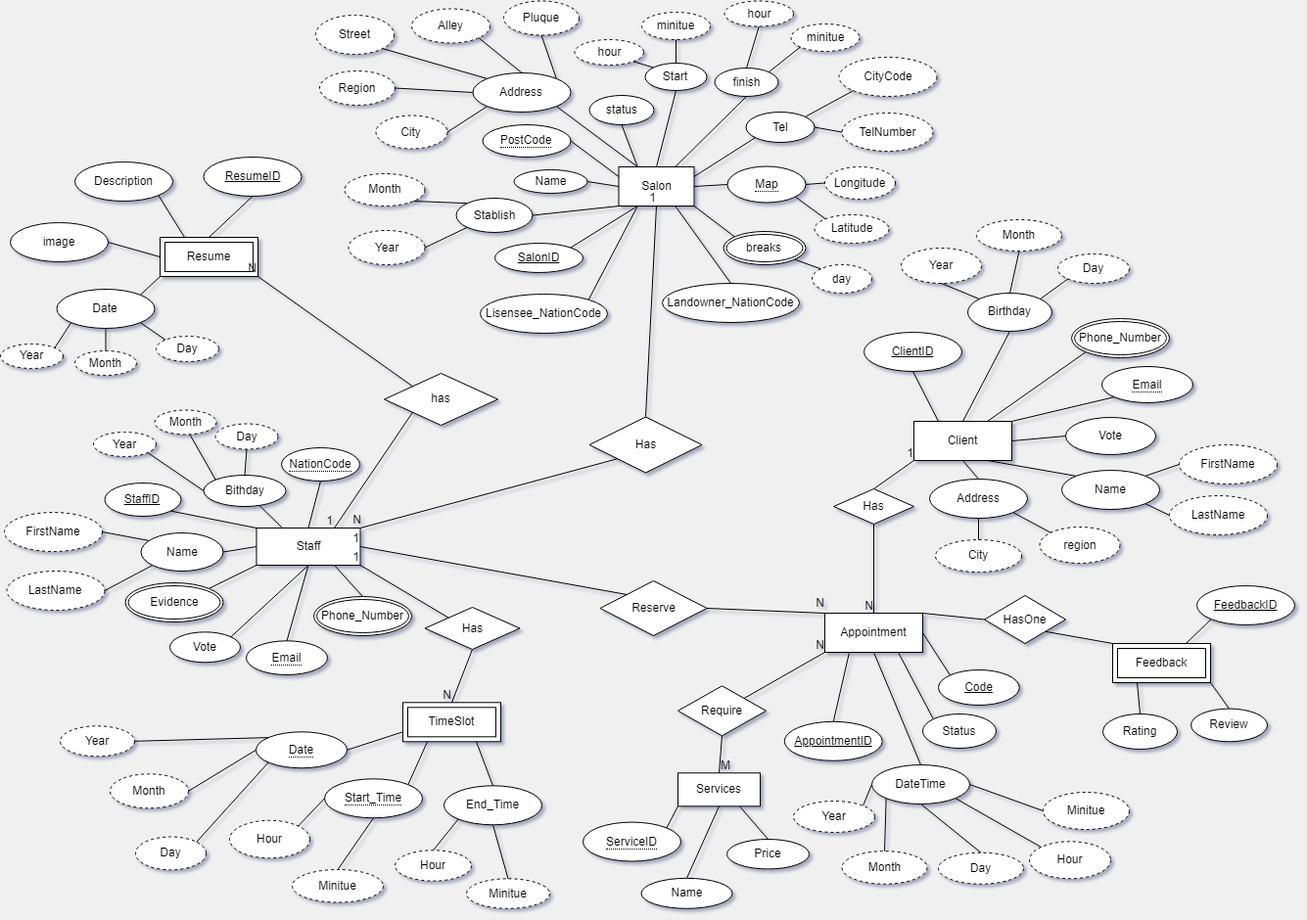
This is BarberERD.drawio.png from RezaRfahi/moocut, a draw.io export, as it was before one commit. Source tidied: cells renumbered, new cells last; positions are measured from the earlier drawing's top-left corner, leaving out a move shared by most shapes.
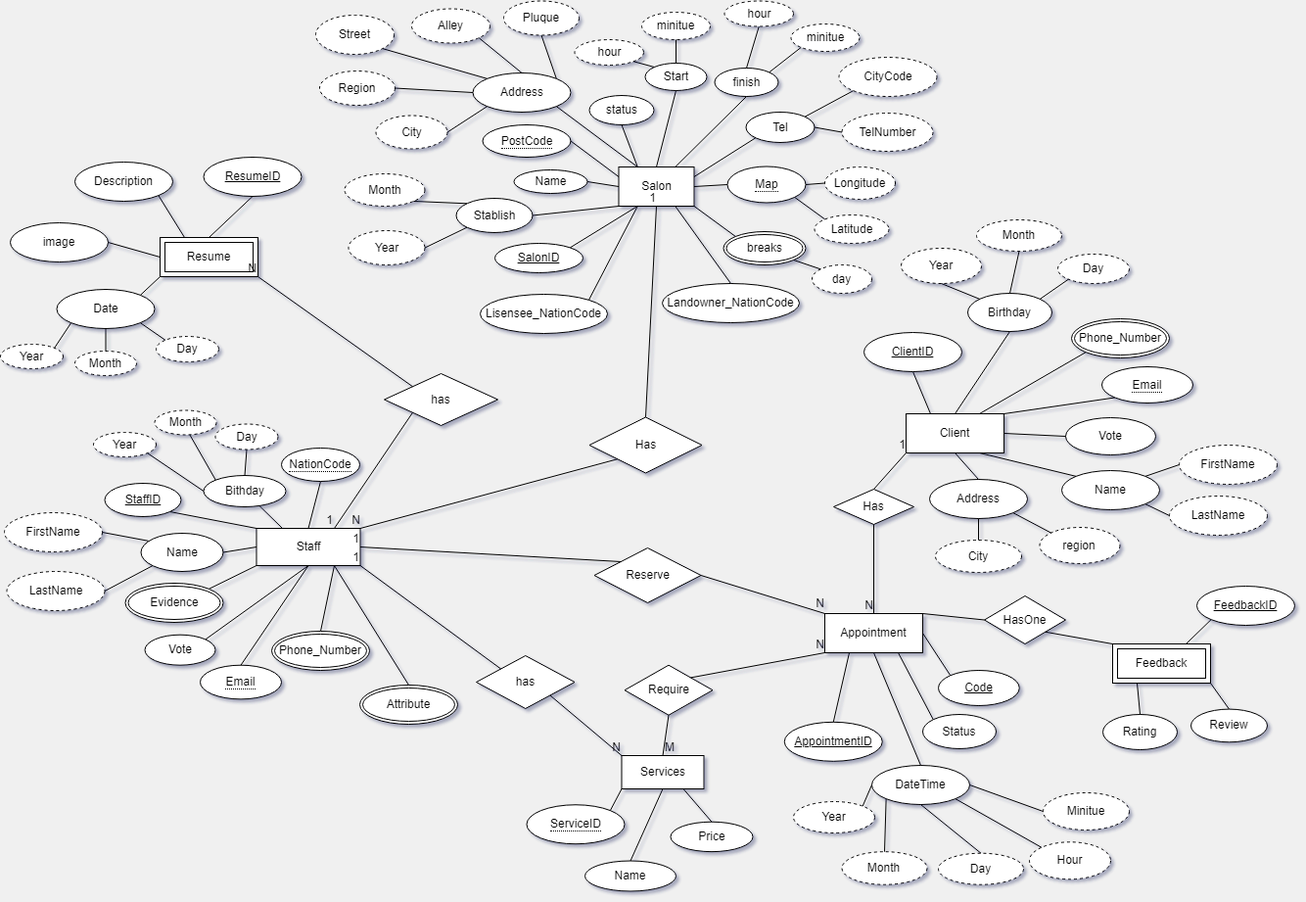
Above is the later version.

Change to the diagram source:
```diff
@@ -6,7 +6,7 @@
       <mxGeometry x="261.5" y="538" width="106" height="38" as="geometry" />
     </mxCell>
     <mxCell id="3" value="Client" style="whiteSpace=wrap;html=1;align=center;" parent="1" vertex="1">
-      <mxGeometry x="933" y="429" width="100" height="40" as="geometry" />
+      <mxGeometry x="925" y="421" width="100" height="40" as="geometry" />
     </mxCell>
     <mxCell id="4" value="Salon" style="whiteSpace=wrap;html=1;align=center;" parent="1" vertex="1">
       <mxGeometry x="631.5" y="169" width="77" height="40" as="geometry" />
@@ -42,7 +42,7 @@
       <mxGeometry relative="1" as="geometry" />
     </mxCell>
     <mxCell id="15" value="Vote" style="ellipse;whiteSpace=wrap;html=1;align=center;" parent="1" vertex="1">
-      <mxGeometry x="173" y="644.3" width="72" height="31" as="geometry" />
+      <mxGeometry x="147.5" y="646.7" width="72" height="31" as="geometry" />
     </mxCell>
     <mxCell id="16" value="Tel" style="ellipse;whiteSpace=wrap;html=1;align=center;" parent="1" vertex="1">
       <mxGeometry x="761.5" y="113" width="70" height="31" as="geometry" />
@@ -54,7 +54,7 @@
       <mxGeometry relative="1" as="geometry" />
     </mxCell>
     <mxCell id="19" value="Phone_Number" style="ellipse;shape=doubleEllipse;margin=3;whiteSpace=wrap;html=1;align=center;" parent="1" vertex="1">
-      <mxGeometry x="320" y="608" width="100" height="40" as="geometry" />
+      <mxGeometry x="277" y="643" width="100" height="40" as="geometry" />
     </mxCell>
     <mxCell id="20" value="Name" style="ellipse;whiteSpace=wrap;html=1;align=center;" parent="1" vertex="1">
       <mxGeometry x="1084" y="479" width="100" height="40" as="geometry" />
@@ -285,13 +285,13 @@
       <mxGeometry relative="1" as="geometry" />
     </mxCell>
     <mxCell id="95" value="&lt;span style=&quot;border-bottom: 1px dotted&quot;&gt;ServiceID&lt;/span&gt;" style="ellipse;whiteSpace=wrap;html=1;align=center;" parent="1" vertex="1">
-      <mxGeometry x="595" y="838.5" width="100" height="40" as="geometry" />
+      <mxGeometry x="537.5" y="820.2" width="100" height="40" as="geometry" />
     </mxCell>
     <mxCell id="96" value="Price" style="ellipse;whiteSpace=wrap;html=1;align=center;" parent="1" vertex="1">
-      <mxGeometry x="742" y="856" width="84" height="30.4" as="geometry" />
+      <mxGeometry x="684.5" y="837.7" width="84" height="30.4" as="geometry" />
     </mxCell>
     <mxCell id="97" value="Name" style="ellipse;whiteSpace=wrap;html=1;align=center;" parent="1" vertex="1">
-      <mxGeometry x="654.5" y="895.8" width="93" height="31" as="geometry" />
+      <mxGeometry x="597" y="877.5" width="93" height="31" as="geometry" />
     </mxCell>
     <mxCell id="98" style="endArrow=none;html=1;rounded=0;exitX=0;exitY=1;exitDx=0;exitDy=0;entryX=1;entryY=0;entryDx=0;entryDy=0;" parent="1" edge="1" source="131" target="95">
       <mxGeometry relative="1" as="geometry" />
@@ -369,7 +369,7 @@
       <mxGeometry x="1" relative="1" as="geometry" />
     </mxCell>
     <mxCell id="123" value="Require" style="shape=rhombus;perimeter=rhombusPerimeter;whiteSpace=wrap;html=1;align=center;" parent="1" vertex="1">
-      <mxGeometry x="692" y="699.3" width="90" height="51" as="geometry" />
+      <mxGeometry x="637.5" y="677.7" width="90" height="51" as="geometry" />
     </mxCell>
     <mxCell id="124" style="endArrow=none;html=1;rounded=0;exitX=1;exitY=0;exitDx=0;exitDy=0;entryX=0;entryY=1;entryDx=0;entryDy=0;" parent="1" edge="1" source="123" target="101">
       <mxGeometry relative="1" as="geometry" />
@@ -393,88 +393,10 @@
       <mxGeometry x="1" relative="1" as="geometry" />
     </mxCell>
     <mxCell id="131" value="Services" style="whiteSpace=wrap;html=1;align=center;" parent="1" vertex="1">
-      <mxGeometry x="692" y="788.3" width="84" height="34" as="geometry" />
+      <mxGeometry x="634.5" y="770" width="84" height="34" as="geometry" />
     </mxCell>
-    <mxCell id="132" value="TimeSlot" style="shape=ext;margin=3;double=1;whiteSpace=wrap;html=1;align=center;" parent="1" vertex="1">
-      <mxGeometry x="411" y="716.3" width="100" height="40" as="geometry" />
-    </mxCell>
-    <mxCell id="133" value="&lt;span style=&quot;border-bottom: 1px dotted&quot;&gt;Date&lt;/span&gt;" style="ellipse;whiteSpace=wrap;html=1;align=center;" parent="1" vertex="1">
-      <mxGeometry x="261" y="746.3" width="93" height="37" as="geometry" />
-    </mxCell>
-    <mxCell id="134" value="&lt;span style=&quot;border-bottom: 1px dotted&quot;&gt;Start_Time&lt;/span&gt;" style="ellipse;whiteSpace=wrap;html=1;align=center;" parent="1" vertex="1">
-      <mxGeometry x="331" y="794.3" width="100" height="40" as="geometry" />
-    </mxCell>
-    <mxCell id="135" value="End_Time" style="ellipse;whiteSpace=wrap;html=1;align=center;" parent="1" vertex="1">
-      <mxGeometry x="453" y="801.3" width="100" height="40" as="geometry" />
-    </mxCell>
-    <mxCell id="136" style="endArrow=none;html=1;rounded=0;entryX=0;entryY=0.75;entryDx=0;entryDy=0;exitX=1;exitY=0.5;exitDx=0;exitDy=0;" parent="1" edge="1" source="133" target="132">
-      <mxGeometry relative="1" as="geometry" />
-    </mxCell>
-    <mxCell id="137" style="endArrow=none;html=1;rounded=0;entryX=0.25;entryY=1;entryDx=0;entryDy=0;exitX=1;exitY=0;exitDx=0;exitDy=0;" parent="1" edge="1" source="134" target="132">
-      <mxGeometry relative="1" as="geometry" />
-    </mxCell>
-    <mxCell id="138" style="endArrow=none;html=1;rounded=0;entryX=0.5;entryY=0;entryDx=0;entryDy=0;exitX=0.75;exitY=1;exitDx=0;exitDy=0;" parent="1" edge="1" source="132" target="135">
-      <mxGeometry relative="1" as="geometry" />
-    </mxCell>
-    <mxCell id="139" value="Year" style="ellipse;whiteSpace=wrap;html=1;align=center;dashed=1;" parent="1" vertex="1">
-      <mxGeometry x="61" y="740.3" width="76" height="31" as="geometry" />
-    </mxCell>
-    <mxCell id="140" value="Month" style="ellipse;whiteSpace=wrap;html=1;align=center;dashed=1;" parent="1" vertex="1">
-      <mxGeometry x="112" y="789.3" width="80" height="35" as="geometry" />
-    </mxCell>
-    <mxCell id="141" value="Day" style="ellipse;whiteSpace=wrap;html=1;align=center;dashed=1;" parent="1" vertex="1">
-      <mxGeometry x="138" y="853.5" width="72" height="33.8" as="geometry" />
-    </mxCell>
-    <mxCell id="142" style="endArrow=none;html=1;rounded=0;entryX=0;entryY=0;entryDx=0;entryDy=0;exitX=1;exitY=0.5;exitDx=0;exitDy=0;" parent="1" edge="1" source="139" target="133">
-      <mxGeometry relative="1" as="geometry" />
-    </mxCell>
-    <mxCell id="143" style="endArrow=none;html=1;rounded=0;entryX=0;entryY=0.5;entryDx=0;entryDy=0;exitX=1;exitY=0.5;exitDx=0;exitDy=0;" parent="1" edge="1" source="140" target="133">
-      <mxGeometry relative="1" as="geometry" />
-    </mxCell>
-    <mxCell id="144" style="endArrow=none;html=1;rounded=0;entryX=0;entryY=1;entryDx=0;entryDy=0;exitX=1;exitY=0;exitDx=0;exitDy=0;" parent="1" edge="1" source="141" target="133">
-      <mxGeometry relative="1" as="geometry" />
-    </mxCell>
-    <mxCell id="145" value="Hour" style="ellipse;whiteSpace=wrap;html=1;align=center;dashed=1;" parent="1" vertex="1">
-      <mxGeometry x="234" y="836.8" width="82" height="38.5" as="geometry" />
-    </mxCell>
-    <mxCell id="146" value="Minitue" style="ellipse;whiteSpace=wrap;html=1;align=center;dashed=1;" parent="1" vertex="1">
-      <mxGeometry x="298" y="887" width="93" height="33.5" as="geometry" />
-    </mxCell>
-    <mxCell id="147" style="endArrow=none;html=1;rounded=0;entryX=0;entryY=0.5;entryDx=0;entryDy=0;exitX=1;exitY=0;exitDx=0;exitDy=0;" parent="1" edge="1" source="145" target="134">
-      <mxGeometry relative="1" as="geometry" />
-    </mxCell>
-    <mxCell id="148" style="endArrow=none;html=1;rounded=0;exitX=0.5;exitY=1;exitDx=0;exitDy=0;entryX=0.5;entryY=0;entryDx=0;entryDy=0;" parent="1" edge="1" source="134" target="146">
-      <mxGeometry relative="1" as="geometry" />
-    </mxCell>
-    <mxCell id="149" value="Hour" style="ellipse;whiteSpace=wrap;html=1;align=center;dashed=1;" parent="1" vertex="1">
-      <mxGeometry x="403" y="867.3" width="78" height="31.3" as="geometry" />
-    </mxCell>
-    <mxCell id="150" value="Minitue" style="ellipse;whiteSpace=wrap;html=1;align=center;dashed=1;" parent="1" vertex="1">
-      <mxGeometry x="476" y="896.3" width="85" height="30.5" as="geometry" />
-    </mxCell>
-    <mxCell id="151" style="endArrow=none;html=1;rounded=0;entryX=0.5;entryY=0;entryDx=0;entryDy=0;exitX=0.5;exitY=1;exitDx=0;exitDy=0;" parent="1" edge="1" source="135" target="150">
-      <mxGeometry relative="1" as="geometry" />
-    </mxCell>
-    <mxCell id="152" style="endArrow=none;html=1;rounded=0;entryX=0;entryY=1;entryDx=0;entryDy=0;exitX=0.5;exitY=0;exitDx=0;exitDy=0;" parent="1" edge="1" source="149" target="135">
-      <mxGeometry relative="1" as="geometry" />
-    </mxCell>
-    <mxCell id="153" value="Has" style="shape=rhombus;perimeter=rhombusPerimeter;whiteSpace=wrap;html=1;align=center;" parent="1" vertex="1">
-      <mxGeometry x="433.5" y="619" width="97" height="43" as="geometry" />
-    </mxCell>
-    <mxCell id="154" style="endArrow=none;html=1;rounded=0;entryX=0.5;entryY=0;entryDx=0;entryDy=0;exitX=0.5;exitY=1;exitDx=0;exitDy=0;" parent="1" edge="1" source="153" target="132">
-      <mxGeometry relative="1" as="geometry" />
-    </mxCell>
-    <mxCell id="155" value="N" style="html=1;align=right;verticalAlign=bottom;" parent="154" vertex="1">
-      <mxGeometry x="1" relative="1" as="geometry" />
-    </mxCell>
-    <mxCell id="156" style="endArrow=none;html=1;rounded=0;exitX=0;exitY=0;exitDx=0;exitDy=0;entryX=1;entryY=1;entryDx=0;entryDy=0;" parent="1" edge="1" source="153" target="2">
-      <mxGeometry relative="1" as="geometry" />
-    </mxCell>
-    <mxCell id="157" value="1" style="html=1;align=right;verticalAlign=bottom;" parent="156" vertex="1">
-      <mxGeometry x="1" relative="1" as="geometry" />
-    </mxCell>
     <mxCell id="158" value="Reserve" style="shape=rhombus;perimeter=rhombusPerimeter;whiteSpace=wrap;html=1;align=center;" parent="1" vertex="1">
-      <mxGeometry x="612.5" y="592" width="109" height="56" as="geometry" />
+      <mxGeometry x="606.5" y="558" width="109" height="56" as="geometry" />
     </mxCell>
     <mxCell id="159" style="endArrow=none;html=1;rounded=0;exitX=0;exitY=0;exitDx=0;exitDy=0;entryX=1;entryY=0.5;entryDx=0;entryDy=0;" parent="1" edge="1" source="158" target="2">
       <mxGeometry relative="1" as="geometry" />
@@ -617,7 +539,7 @@
       <mxGeometry relative="1" as="geometry" />
     </mxCell>
     <mxCell id="205" value="&lt;span style=&quot;border-bottom: 1px dotted&quot;&gt;Email&lt;/span&gt;" style="ellipse;whiteSpace=wrap;html=1;align=center;" parent="1" vertex="1">
-      <mxGeometry x="251" y="653.3" width="83" height="34.7" as="geometry" />
+      <mxGeometry x="204" y="677.7" width="83" height="34.7" as="geometry" />
     </mxCell>
     <mxCell id="206" style="endArrow=none;html=1;rounded=0;entryX=0.5;entryY=1;entryDx=0;entryDy=0;exitX=0.5;exitY=0;exitDx=0;exitDy=0;" parent="1" edge="1" source="205" target="2">
       <mxGeometry relative="1" as="geometry" />
@@ -661,5 +583,26 @@
     <mxCell id="219" style="endArrow=none;html=1;rounded=0;exitX=1;exitY=1;exitDx=0;exitDy=0;entryX=0;entryY=0;entryDx=0;entryDy=0;" parent="1" edge="1" source="169" target="218">
       <mxGeometry relative="1" as="geometry" />
     </mxCell>
+    <mxCell id="220" value="has" style="shape=rhombus;perimeter=rhombusPerimeter;whiteSpace=wrap;html=1;align=center;" parent="1" vertex="1">
+      <mxGeometry x="486" y="668" width="100.5" height="54" as="geometry" />
+    </mxCell>
+    <mxCell id="221" style="endArrow=none;html=1;rounded=0;entryX=1;entryY=1;entryDx=0;entryDy=0;exitX=0;exitY=0;exitDx=0;exitDy=0;" parent="1" edge="1" source="220" target="2">
+      <mxGeometry relative="1" as="geometry" />
+    </mxCell>
+    <mxCell id="157" value="1" style="html=1;whiteSpace=wrap;align=right;verticalAlign=bottom;" parent="221" vertex="1">
+      <mxGeometry x="1" relative="1" as="geometry" />
+    </mxCell>
+    <mxCell id="222" style="endArrow=none;html=1;rounded=0;exitX=1;exitY=1;exitDx=0;exitDy=0;entryX=0;entryY=0;entryDx=0;entryDy=0;" parent="1" edge="1" source="220" target="131">
+      <mxGeometry relative="1" as="geometry" />
+    </mxCell>
+    <mxCell id="155" value="N" style="html=1;whiteSpace=wrap;align=right;verticalAlign=bottom;" parent="222" vertex="1">
+      <mxGeometry x="1" relative="1" as="geometry" />
+    </mxCell>
+    <mxCell id="223" value="Attribute" style="ellipse;shape=doubleEllipse;margin=3;whiteSpace=wrap;html=1;align=center;" parent="1" vertex="1">
+      <mxGeometry x="367" y="698" width="100" height="40" as="geometry" />
+    </mxCell>
+    <mxCell id="224" style="endArrow=none;html=1;rounded=0;entryX=0.5;entryY=0;entryDx=0;entryDy=0;exitX=0.75;exitY=1;exitDx=0;exitDy=0;" parent="1" edge="1" source="2" target="223">
+      <mxGeometry relative="1" as="geometry" />
+    </mxCell>
   </root>
 </mxGraphModel>
```
